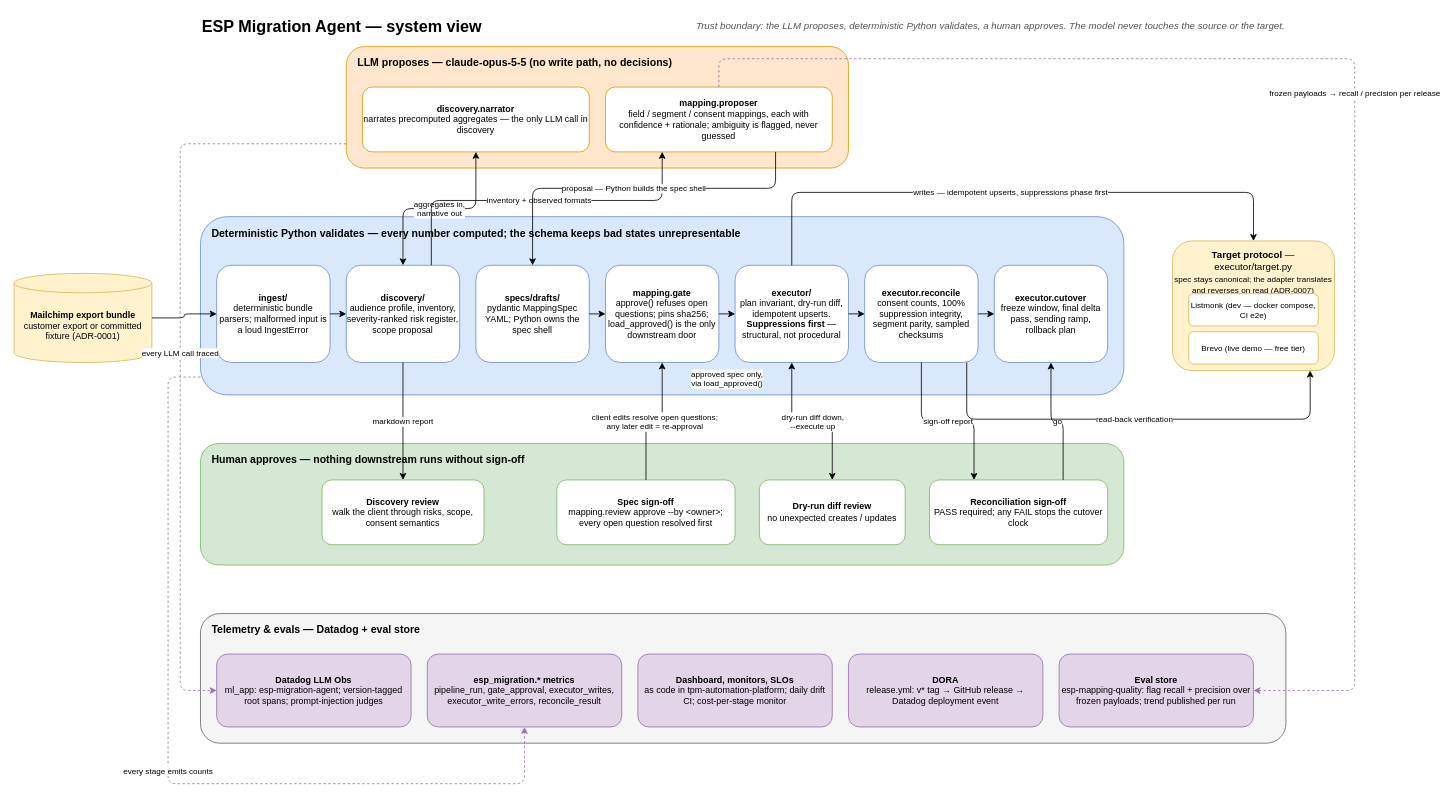
snacksnack/esp-migration-agent keeps this draw.io diagram as docs/architecture.drawio. Above is the earlier version. Source tidied: cells renumbered, new cells numbered last; positions are measured from the earlier drawing's top-left corner, leaving out a move shared by most shapes. Both pictures are drawn from the tidied source at 81%, with x=0, y=0 at pixel (14, 14).
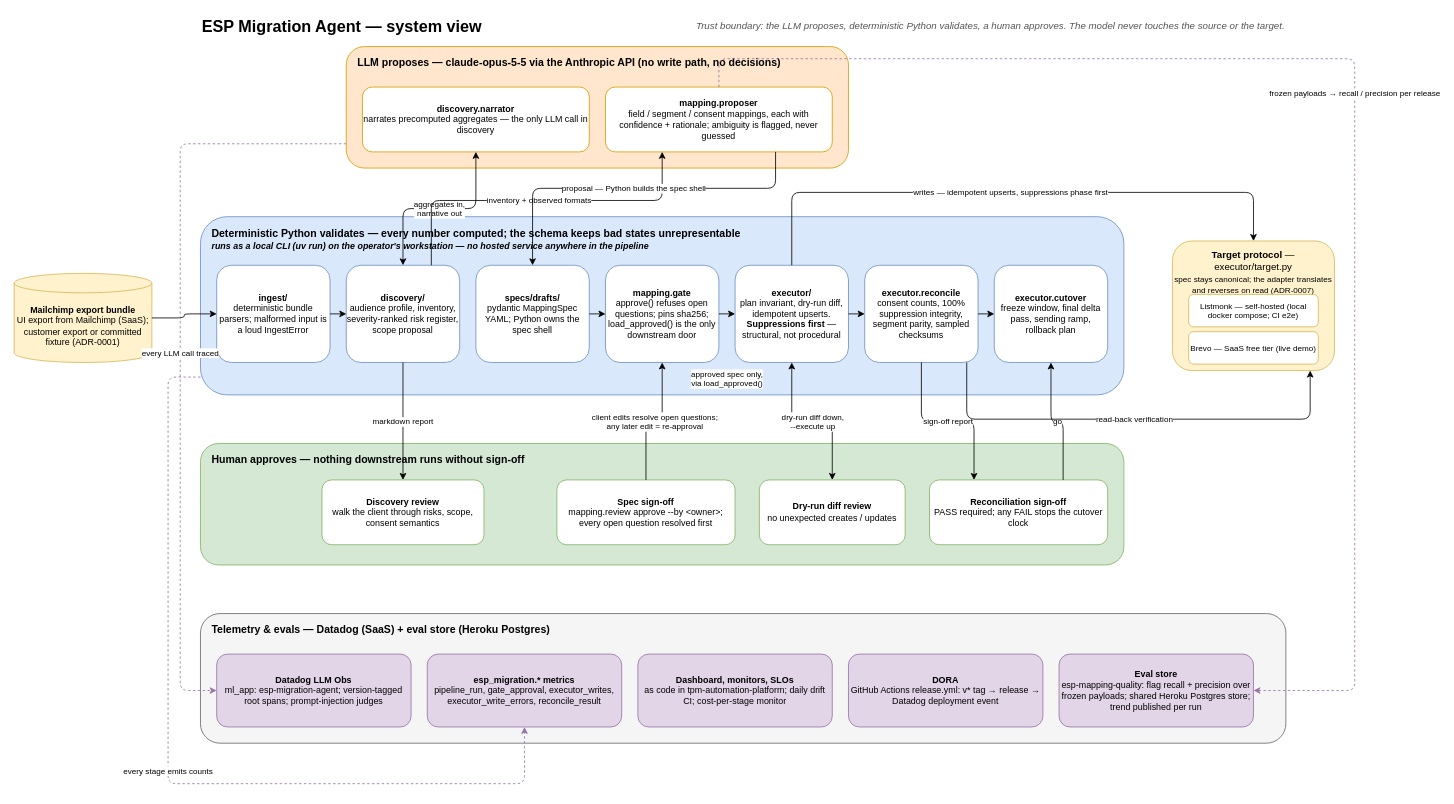
The same diagram, later.

Commit message (it also covers changes not shown here):
RC1-556: annotate where things run on the diagram

Local CLI for the whole pipeline, Anthropic API for LLM calls,
SaaS vs self-hosted on source/targets, Datadog SaaS + Heroku
Postgres on the telemetry band, GitHub Actions on DORA.

What changed in the source:
```diff
@@
-    <mxCell id="4" value="LLM proposes — claude-opus-5-5 (no write path, no decisions)" style="rounded=1;html=1;fillColor=#ffe6cc;strokeColor=#d79b00;verticalAlign=top;fontSize=13;fontStyle=1;align=left;spacingLeft=12;spacingTop=6;" parent="1" vertex="1">
+    <mxCell id="4" value="LLM proposes — claude-opus-5-5 via the Anthropic API (no write path, no decisions)" style="rounded=1;html=1;fillColor=#ffe6cc;strokeColor=#d79b00;verticalAlign=top;fontSize=13;fontStyle=1;align=left;spacingLeft=12;spacingTop=6;" parent="1" vertex="1">
       <mxGeometry x="410" y="40" width="620" height="150" as="geometry" />
     </mxCell>
-    <mxCell id="5" value="Deterministic Python validates — every number computed; the schema keeps bad states unrepresentable" style="rounded=1;html=1;fillColor=#dae8fc;strokeColor=#6c8ebf;verticalAlign=top;fontSize=13;fontStyle=1;align=left;spacingLeft=12;spacingTop=6;" parent="1" vertex="1">
+    <mxCell id="5" value="Deterministic Python validates — every number computed; the schema keeps bad states unrepresentable&lt;br&gt;&lt;font style=&quot;font-size: 11px&quot;&gt;&lt;i&gt;runs as a local CLI (uv run) on the operator&amp;#39;s workstation — no hosted service anywhere in the pipeline&lt;/i&gt;&lt;/font&gt;" style="rounded=1;html=1;fillColor=#dae8fc;strokeColor=#6c8ebf;verticalAlign=top;fontSize=13;fontStyle=1;align=left;spacingLeft=12;spacingTop=6;" parent="1" vertex="1">
       <mxGeometry x="230" y="250" width="1140" height="220" as="geometry" />
     </mxCell>
@@
-    <mxCell id="7" value="Telemetry &amp;amp; evals — Datadog + eval store" style="rounded=1;html=1;fillColor=#f5f5f5;strokeColor=#666666;verticalAlign=top;fontSize=13;fontStyle=1;align=left;spacingLeft=12;spacingTop=6;" parent="1" vertex="1">
+    <mxCell id="7" value="Telemetry &amp;amp; evals — Datadog (SaaS) + eval store (Heroku Postgres)" style="rounded=1;html=1;fillColor=#f5f5f5;strokeColor=#666666;verticalAlign=top;fontSize=13;fontStyle=1;align=left;spacingLeft=12;spacingTop=6;" parent="1" vertex="1">
       <mxGeometry x="230" y="740" width="1340" height="160" as="geometry" />
     </mxCell>
-    <mxCell id="8" value="&lt;b&gt;Mailchimp export bundle&lt;/b&gt;&lt;br&gt;customer export or committed fixture (ADR-0001)" style="shape=cylinder3;whiteSpace=wrap;html=1;boundedLbl=1;size=12;fillColor=#fff2cc;strokeColor=#d6b656;fontSize=11;" parent="1" vertex="1">
+    <mxCell id="8" value="&lt;b&gt;Mailchimp export bundle&lt;/b&gt;&lt;br&gt;UI export from Mailchimp (SaaS); customer export or committed fixture (ADR-0001)" style="shape=cylinder3;whiteSpace=wrap;html=1;boundedLbl=1;size=12;fillColor=#fff2cc;strokeColor=#d6b656;fontSize=11;" parent="1" vertex="1">
       <mxGeometry y="320" width="170" height="110" as="geometry" />
     </mxCell>
@@
-    <mxCell id="23" value="Listmonk (dev — docker compose, CI e2e)" style="rounded=1;whiteSpace=wrap;html=1;fillColor=#ffffff;strokeColor=#d6b656;fontSize=10;" parent="1" vertex="1">
-      <mxGeometry x="1450" y="345" width="160" height="40" as="geometry" />
+    <mxCell id="23" value="Listmonk — self-hosted (local docker compose; CI e2e)" style="rounded=1;whiteSpace=wrap;html=1;fillColor=#ffffff;strokeColor=#d6b656;fontSize=10;" parent="1" vertex="1">
+      <mxGeometry x="1450" y="346" width="160" height="40" as="geometry" />
     </mxCell>
-    <mxCell id="24" value="Brevo (live demo — free tier)" style="rounded=1;whiteSpace=wrap;html=1;fillColor=#ffffff;strokeColor=#d6b656;fontSize=10;" parent="1" vertex="1">
+    <mxCell id="24" value="Brevo — SaaS free tier (live demo)" style="rounded=1;whiteSpace=wrap;html=1;fillColor=#ffffff;strokeColor=#d6b656;fontSize=10;" parent="1" vertex="1">
       <mxGeometry x="1450" y="392" width="160" height="40" as="geometry" />
     </mxCell>
@@
-    <mxCell id="28" value="&lt;b&gt;DORA&lt;/b&gt;&lt;br&gt;release.yml: v* tag → GitHub release → Datadog deployment event" style="rounded=1;whiteSpace=wrap;html=1;fillColor=#e1d5e7;strokeColor=#9673a6;fontSize=11;" parent="1" vertex="1">
+    <mxCell id="28" value="&lt;b&gt;DORA&lt;/b&gt;&lt;br&gt;GitHub Actions release.yml: v* tag → release → Datadog deployment event" style="rounded=1;whiteSpace=wrap;html=1;fillColor=#e1d5e7;strokeColor=#9673a6;fontSize=11;" parent="1" vertex="1">
       <mxGeometry x="1030" y="790" width="240" height="90" as="geometry" />
     </mxCell>
-    <mxCell id="29" value="&lt;b&gt;Eval store&lt;/b&gt;&lt;br&gt;esp-mapping-quality: flag recall + precision over frozen payloads; trend published per run" style="rounded=1;whiteSpace=wrap;html=1;fillColor=#e1d5e7;strokeColor=#9673a6;fontSize=11;" parent="1" vertex="1">
+    <mxCell id="29" value="&lt;b&gt;Eval store&lt;/b&gt;&lt;br&gt;esp-mapping-quality: flag recall + precision over frozen payloads; shared Heroku Postgres store; trend published per run" style="rounded=1;whiteSpace=wrap;html=1;fillColor=#e1d5e7;strokeColor=#9673a6;fontSize=11;" parent="1" vertex="1">
       <mxGeometry x="1290" y="790" width="240" height="90" as="geometry" />
     </mxCell>
```
